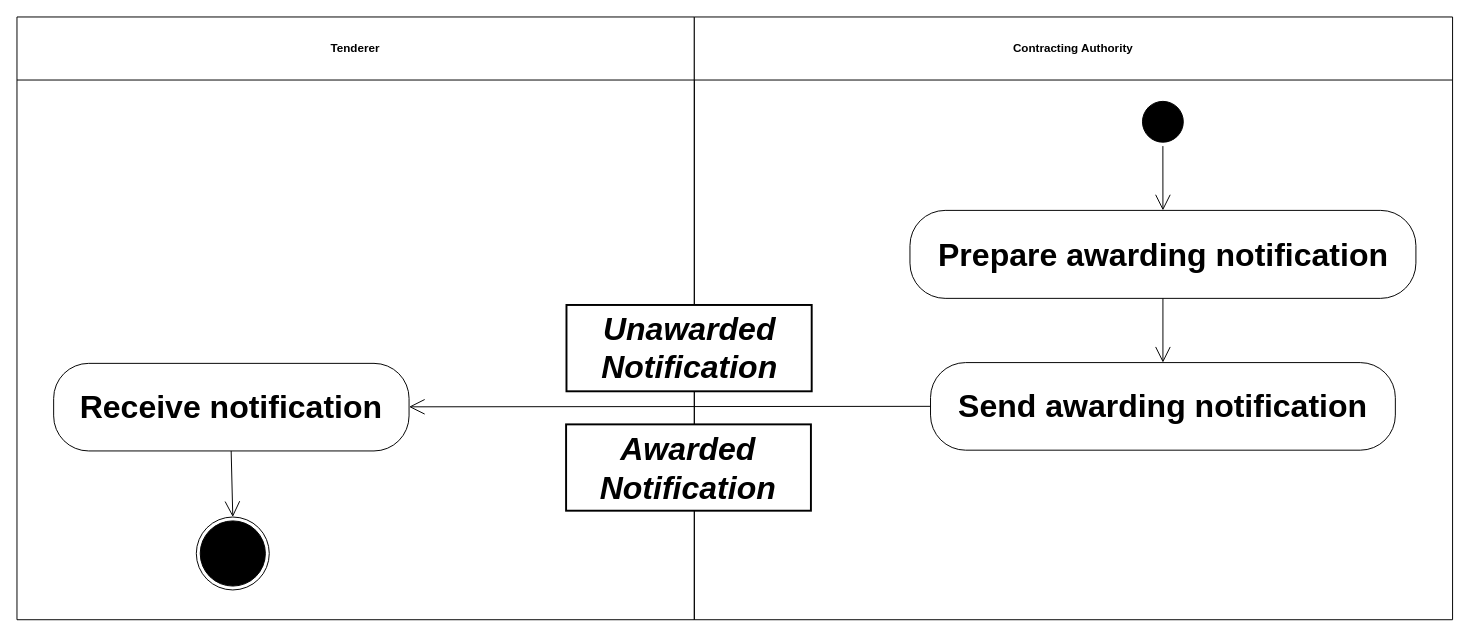
Before: diagrams/UBL-2.2-Tender-AwardNotification/UBL-2.2-Tender-AwardNotification.drawio in kduvekot/ubl-work-on-svg-images, a draw.io diagram. Source tidied: cells renumbered, new cells numbered last; positions are measured from the earlier drawing's top-left corner, leaving out a move shared by most shapes. Both pictures are drawn from the tidied source at 97%, with x=0, y=0 at pixel (16, 16).
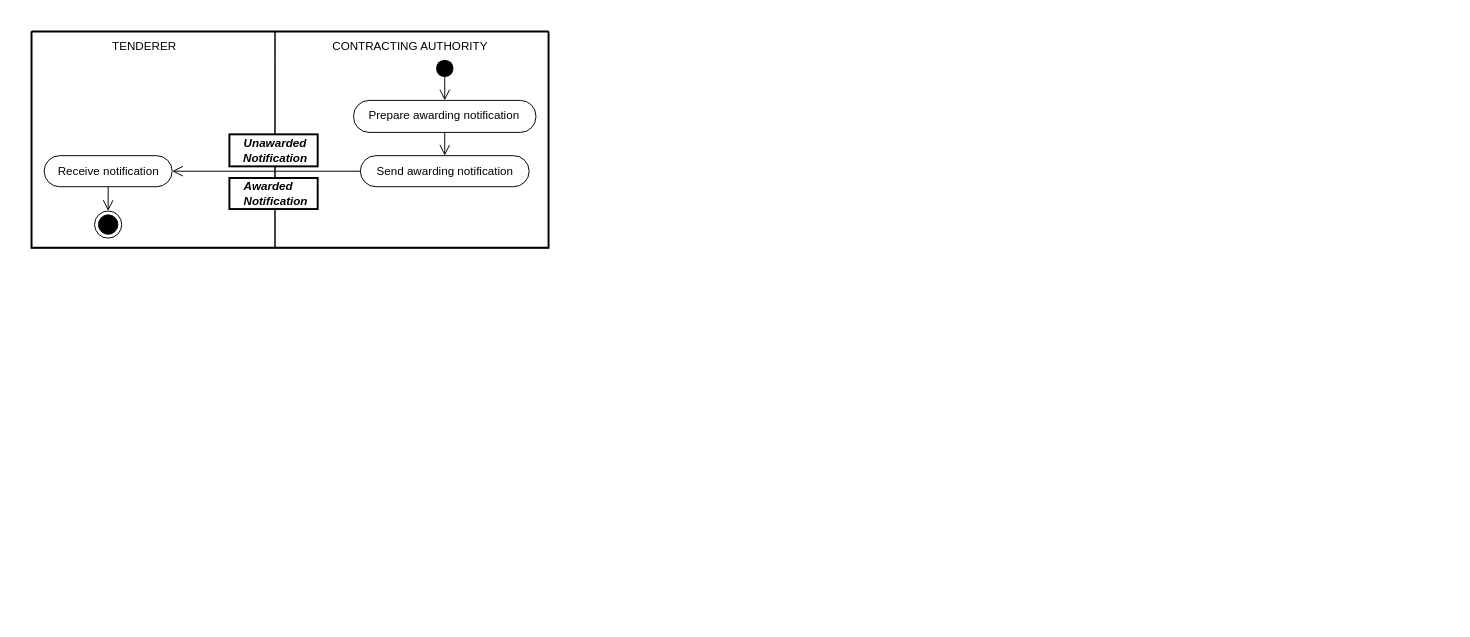
The same page after the edit.

The edit, as a diff of the source:
```diff
@@
 <mxGraphModel>
   <root>
     <mxCell id="0" />
     <mxCell id="1" parent="0" />
+    <mxCell id="15" style="swimlane;html=1;startSize=0;whiteSpace=wrap;fillColor=none;strokeWidth=2;" parent="1" vertex="1">
+      <mxGeometry x="15" y="15" width="533" height="223" as="geometry" />
+    </mxCell>
-    <mxCell id="2" value="Tenderer" style="swimlane;whiteSpace=wrap;html=1;startSize=65;" parent="1" vertex="1">
-      <mxGeometry width="698.3" height="621.4" as="geometry" />
+    <mxCell id="2" value="TENDERER" style="swimlane;horizontal=1;startSize=31;swimlaneLine=0;html=1;fillColor=none;fontSize=12;fontStyle=0;spacing=0;spacingRight=19;" parent="15" vertex="1">
+      <mxGeometry width="251" height="223" as="geometry" />
     </mxCell>
-    <mxCell id="3" value="Contracting Authority" style="swimlane;whiteSpace=wrap;html=1;startSize=65;" parent="1" vertex="1">
-      <mxGeometry x="698.3" width="781.7" height="621.4" as="geometry" />
+    <mxCell id="3" value="CONTRACTING AUTHORITY" style="swimlane;horizontal=1;startSize=32;swimlaneLine=0;html=1;fillColor=none;fontSize=12;fontStyle=0;spacing=0;spacingRight=4;" parent="15" vertex="1">
+      <mxGeometry x="251" width="282" height="223" as="geometry" />
     </mxCell>
-    <mxCell id="4" style="ellipse;html=1;shape=startState;fillColor=#000000;strokeColor=#000000;fontFamily=Helvetica;fontSize=33;" parent="1" vertex="1">
-      <mxGeometry x="1156.3" y="83" width="50.1" height="50.1" as="geometry" />
+    <mxCell id="4" style="ellipse;shape=startState;fillColor=#000000;strokeColor=none;html=1;" parent="3" vertex="1">
+      <mxGeometry x="162" y="25" width="26" height="26" as="geometry" />
     </mxCell>
-    <mxCell id="5" value="Prepare awarding notification" style="rounded=1;arcSize=40;whiteSpace=wrap;html=1;fontStyle=1;fontFamily=Helvetica;fontSize=33;" parent="1" vertex="1">
-      <mxGeometry x="920.6" y="199.4" width="521.6" height="90.7" as="geometry" />
+    <mxCell id="5" value="Prepare awarding notification" style="rounded=1;absoluteArcSize=1;arcSize=32;html=1;whiteSpace=nowrap;fontSize=12;fontStyle=0;align=center;verticalAlign=middle;spacing=0;spacingRight=2;spacingBottom=1;" parent="3" vertex="1">
+      <mxGeometry x="81" y="71" width="188" height="33" as="geometry" />
     </mxCell>
-    <mxCell id="6" value="Unawarded Notification" style="rounded=0;whiteSpace=wrap;html=1;fontStyle=3;strokeWidth=2;fontFamily=Helvetica;fontSize=33;" parent="1" vertex="1">
-      <mxGeometry x="566.5" y="296.9" width="252.8" height="89" as="geometry" />
+    <mxCell id="6" value="Unawarded&lt;br&gt;Notification" style="rounded=0;html=1;whiteSpace=nowrap;fontSize=12;fontStyle=3;align=center;verticalAlign=middle;spacing=0;spacingLeft=2;strokeWidth=2;" parent="3" vertex="1">
+      <mxGeometry x="-47" y="106" width="91" height="33" as="geometry" />
     </mxCell>
-    <mxCell id="7" value="Send awarding notification" style="rounded=1;arcSize=40;whiteSpace=wrap;html=1;fontStyle=1;fontFamily=Helvetica;fontSize=33;" parent="1" vertex="1">
-      <mxGeometry x="941.8" y="356.3" width="479.2" height="90.3" as="geometry" />
+    <mxCell id="7" value="Send awarding notification" style="rounded=1;absoluteArcSize=1;arcSize=33;html=1;whiteSpace=nowrap;fontSize=12;fontStyle=0;align=center;verticalAlign=middle;spacing=0;spacingRight=1;spacingBottom=1;" parent="3" vertex="1">
+      <mxGeometry x="88" y="128" width="174" height="32" as="geometry" />
     </mxCell>
-    <mxCell id="8" value="Receive notification" style="rounded=1;arcSize=40;whiteSpace=wrap;html=1;fontStyle=1;fontFamily=Helvetica;fontSize=33;" parent="1" vertex="1">
-      <mxGeometry x="37.8" y="357.1" width="366.4" height="90.3" as="geometry" />
+    <mxCell id="8" value="Receive notification" style="rounded=1;absoluteArcSize=1;arcSize=32;html=1;whiteSpace=nowrap;fontSize=12;fontStyle=0;align=center;verticalAlign=middle;spacing=0;spacingBottom=1;" parent="2" vertex="1">
+      <mxGeometry x="13" y="128" width="132" height="32" as="geometry" />
     </mxCell>
-    <mxCell id="9" value="Awarded Notification" style="rounded=0;whiteSpace=wrap;html=1;fontStyle=3;strokeWidth=2;fontFamily=Helvetica;fontSize=33;" parent="1" vertex="1">
-      <mxGeometry x="566.1" y="420" width="252.4" height="89" as="geometry" />
+    <mxCell id="9" value="Awarded&lt;br&gt;Notification" style="rounded=0;html=1;whiteSpace=nowrap;fontSize=12;fontStyle=3;align=left;verticalAlign=middle;spacing=0;spacingLeft=15;strokeWidth=2;" parent="3" vertex="1">
+      <mxGeometry x="-47" y="151" width="91" height="32" as="geometry" />
     </mxCell>
-    <mxCell id="10" style="ellipse;html=1;shape=endState;fillColor=#000000;strokeColor=#000000;fontFamily=Helvetica;fontSize=33;" parent="1" vertex="1">
-      <mxGeometry x="184.9" y="515.5" width="75.2" height="75.2" as="geometry" />
+    <mxCell id="10" style="ellipse;shape=endState;fillColor=#000000;html=1;" parent="2" vertex="1">
+      <mxGeometry x="65" y="185" width="28" height="28" as="geometry" />
     </mxCell>
-    <mxCell id="11" style="edgeStyle=none;rounded=0;html=1;endArrow=open;endFill=0;endSize=14;exitX=0.501;exitY=1.0;entryX=0.5;entryY=0.0;" parent="1" edge="1" source="4" target="5">
+    <mxCell id="11" style="edgeStyle=none;rounded=0;html=1;endArrow=open;endFill=0;endSize=9;exitPerimeter=0;entryX=0.5;entryY=0;entryPerimeter=0;exitX=0.5;exitY=0.8467;" parent="3" edge="1" source="4" target="5">
       <mxGeometry relative="1" as="geometry" />
     </mxCell>
-    <mxCell id="12" style="edgeStyle=none;rounded=0;html=1;endArrow=open;endFill=0;endSize=14;exitX=0.5;exitY=1.0;entryX=0.5;entryY=0.0;" parent="1" edge="1" source="5" target="7">
+    <mxCell id="12" style="edgeStyle=none;rounded=0;html=1;endArrow=open;endFill=0;endSize=9;exitX=0.5;exitY=1;exitPerimeter=0;entryX=0.5;entryY=0;entryPerimeter=0;" parent="3" edge="1" source="5" target="7">
       <mxGeometry relative="1" as="geometry" />
     </mxCell>
-    <mxCell id="13" style="edgeStyle=none;rounded=0;html=1;endArrow=open;endFill=0;endSize=14;exitX=0.0;exitY=0.4994;entryX=1.0;entryY=0.4961;" parent="1" edge="1" source="7" target="8">
+    <mxCell id="13" style="edgeStyle=none;rounded=0;html=1;endArrow=open;endFill=0;endSize=9;exitX=0;exitY=0.5;exitPerimeter=0;entryX=1;entryY=0.5;entryPerimeter=0;" parent="15" edge="1" source="7" target="8">
       <mxGeometry relative="1" as="geometry" />
     </mxCell>
-    <mxCell id="14" style="edgeStyle=none;rounded=0;html=1;endArrow=open;endFill=0;endSize=14;exitX=0.4995;exitY=1.0;entryX=0.4947;entryY=0.0;" parent="1" edge="1" source="8" target="10">
+    <mxCell id="14" style="edgeStyle=none;rounded=0;html=1;endArrow=open;endFill=0;endSize=9;exitX=0.5;exitY=1;exitPerimeter=0;entryPerimeter=0;entryX=0.5;entryY=0;" parent="2" edge="1" source="8" target="10">
       <mxGeometry relative="1" as="geometry" />
     </mxCell>
   </root>
 </mxGraphModel>
```
